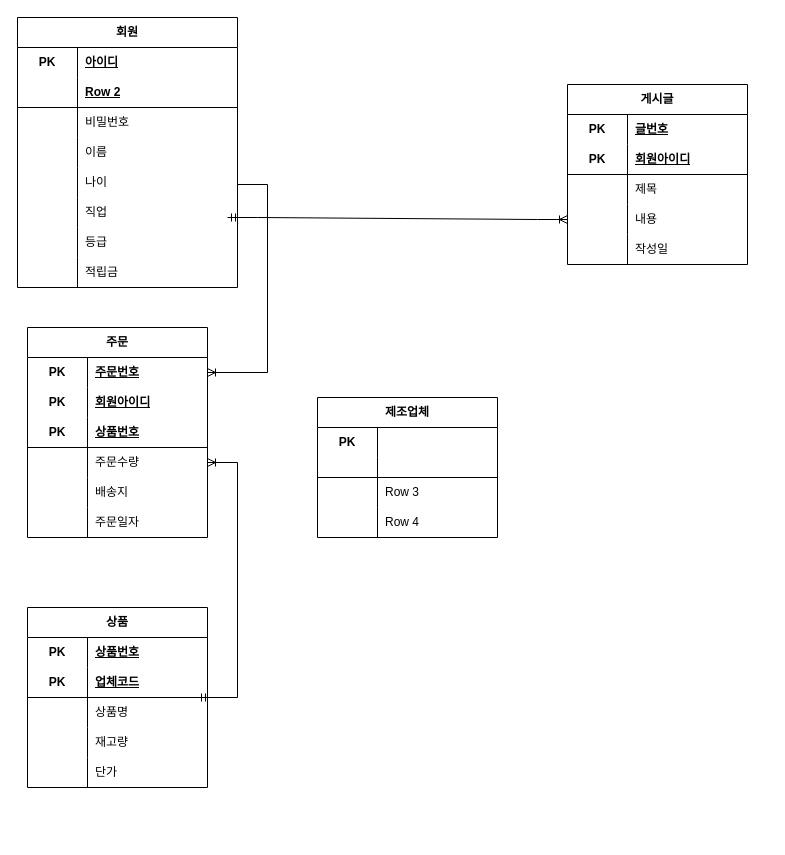
This is page "페이지-2" (2 of 2) of 제목 없는 다이어그램.drawio from gabojag/oraclesource, a draw.io file, before an edit. Source tidied: cells renumbered, new cells numbered last; positions are measured from the earlier drawing's top-left corner, leaving out a move shared by most shapes. Both pictures are drawn from the tidied source at 100%, with x=0, y=0 at pixel (17, 17).
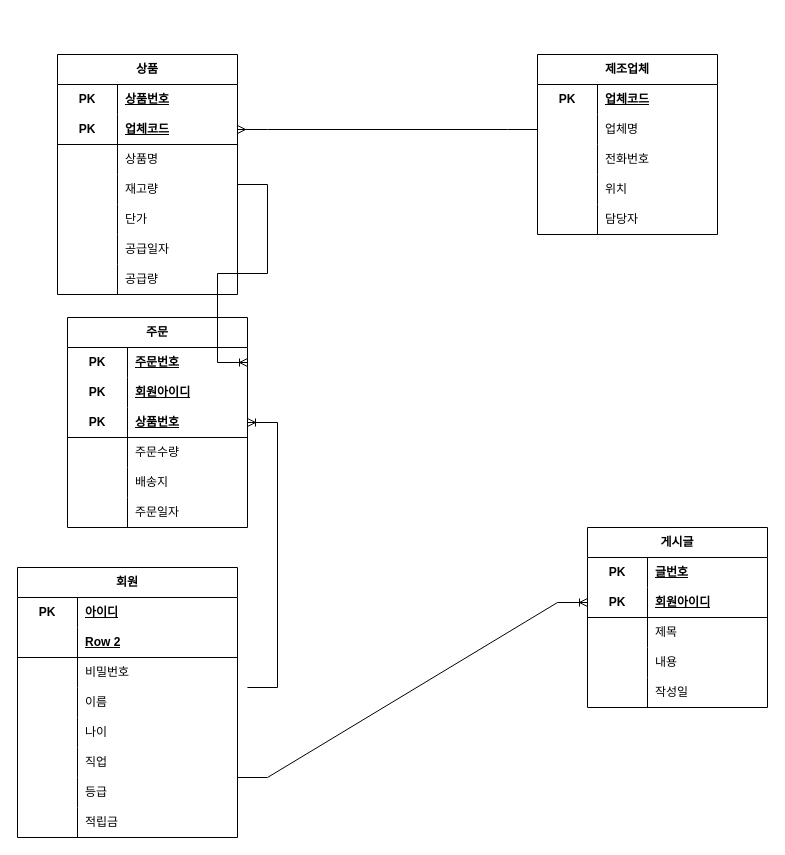
The same page after the edit.

The change refers to these unchanged cells:
```xml
<mxCell id="12" style="shape=tableRow;horizontal=0;startSize=0;swimlaneHead=0;swimlaneBody=0;fillColor=none;points=[[0,0.5],[1,0.5]];portConstraint=eastwest;top=0;left=0;right=0;bottom=0;html=1;" parent="2" vertex="1">
  <mxGeometry y="120" width="220" height="30" as="geometry" />
</mxCell>
<mxCell id="21" style="shape=tableRow;horizontal=0;startSize=0;swimlaneHead=0;swimlaneBody=0;fillColor=none;points=[[0,0.5],[1,0.5]];portConstraint=eastwest;top=0;left=0;right=0;bottom=0;html=1;" parent="2" vertex="1">
  <mxGeometry y="210" width="220" height="30" as="geometry" />
</mxCell>
<mxCell id="31" style="shape=tableRow;horizontal=0;startSize=0;swimlaneHead=0;swimlaneBody=0;fillColor=none;points=[[0,0.5],[1,0.5]];portConstraint=eastwest;top=0;left=0;right=0;bottom=1;html=1;" parent="27" vertex="1">
  <mxGeometry y="60" width="180" height="30" as="geometry" />
</mxCell>
<mxCell id="37" style="shape=tableRow;horizontal=0;startSize=0;swimlaneHead=0;swimlaneBody=0;fillColor=none;points=[[0,0.5],[1,0.5]];portConstraint=eastwest;top=0;left=0;right=0;bottom=0;html=1;" parent="27" vertex="1">
  <mxGeometry y="120" width="180" height="30" as="geometry" />
</mxCell>
<mxCell id="48" style="shape=tableRow;horizontal=0;startSize=0;swimlaneHead=0;swimlaneBody=0;fillColor=none;points=[[0,0.5],[1,0.5]];portConstraint=eastwest;top=0;left=0;right=0;bottom=1;html=1;" parent="44" vertex="1">
  <mxGeometry y="60" width="180" height="30" as="geometry" />
</mxCell>
<mxCell id="67" style="shape=tableRow;horizontal=0;startSize=0;swimlaneHead=0;swimlaneBody=0;fillColor=none;points=[[0,0.5],[1,0.5]];portConstraint=eastwest;top=0;left=0;right=0;bottom=1;html=1;" parent="60" vertex="1">
  <mxGeometry y="90" width="180" height="30" as="geometry" />
</mxCell>
<mxCell id="70" style="shape=tableRow;horizontal=0;startSize=0;swimlaneHead=0;swimlaneBody=0;fillColor=none;points=[[0,0.5],[1,0.5]];portConstraint=eastwest;top=0;left=0;right=0;bottom=0;html=1;" parent="60" vertex="1">
  <mxGeometry y="120" width="180" height="30" as="geometry" />
</mxCell>
<mxCell id="82" style="shape=tableRow;horizontal=0;startSize=0;swimlaneHead=0;swimlaneBody=0;fillColor=none;top=0;left=0;right=0;bottom=0;html=1;" parent="81" vertex="1">
  <mxGeometry y="30" width="180" height="30" as="geometry" />
</mxCell>
```

What changed in the source:
```diff
@@
     <mxCell id="2" value="회원" style="shape=table;startSize=30;childLayout=tableLayout;rowLines=0;fontStyle=1;align=center;html=1;whiteSpace=wrap;" parent="1" vertex="1">
-      <mxGeometry width="220" height="270" as="geometry" />
+      <mxGeometry y="550" width="220" height="270" as="geometry" />
     </mxCell>
@@
     <mxCell id="27" value="게시글" style="shape=table;startSize=30;childLayout=tableLayout;rowLines=0;fontStyle=1;align=center;html=1;whiteSpace=wrap;" parent="1" vertex="1">
-      <mxGeometry x="550" y="67" width="180" height="180" as="geometry" />
+      <mxGeometry x="570" y="510" width="180" height="180" as="geometry" />
     </mxCell>
@@
-    <mxCell id="43" style="edgeStyle=entityRelationEdgeStyle;fontSize=12;html=1;endArrow=ERoneToMany;startArrow=ERmandOne;rounded=0;entryX=0;entryY=0.5;entryDx=0;entryDy=0;" parent="1" edge="1" target="37">
-      <mxGeometry relative="1" as="geometry">
-        <mxPoint x="210" y="200" as="sourcePoint" />
-      </mxGeometry>
-    </mxCell>
     <mxCell id="44" value="상품" style="shape=table;startSize=30;childLayout=tableLayout;rowLines=0;fontStyle=1;align=center;html=1;whiteSpace=wrap;" parent="1" vertex="1">
-      <mxGeometry x="10" y="590" width="180" height="180" as="geometry" />
+      <mxGeometry x="40" y="37" width="180" height="240" as="geometry" />
     </mxCell>
@@
+    <mxCell id="94" style="shape=tableRow;horizontal=0;startSize=0;swimlaneHead=0;swimlaneBody=0;fillColor=none;top=0;left=0;right=0;bottom=0;html=1;" parent="44" vertex="1">
+      <mxGeometry y="180" width="180" height="30" as="geometry" />
+    </mxCell>
+    <mxCell id="95" style="shape=partialRectangle;fillColor=none;top=0;left=0;bottom=0;right=0;overflow=hidden;html=1;whiteSpace=wrap;" parent="94" vertex="1">
+      <mxGeometry width="60" height="30" as="geometry" />
+    </mxCell>
+    <mxCell id="96" value="공급일자" style="shape=partialRectangle;fillColor=none;top=0;left=0;bottom=0;right=0;align=left;spacingLeft=6;overflow=hidden;html=1;whiteSpace=wrap;" parent="94" vertex="1">
+      <mxGeometry x="60" width="120" height="30" as="geometry" />
+    </mxCell>
+    <mxCell id="97" style="shape=tableRow;horizontal=0;startSize=0;swimlaneHead=0;swimlaneBody=0;fillColor=none;top=0;left=0;right=0;bottom=0;html=1;" parent="44" vertex="1">
+      <mxGeometry y="210" width="180" height="30" as="geometry" />
+    </mxCell>
+    <mxCell id="98" style="shape=partialRectangle;fillColor=none;top=0;left=0;bottom=0;right=0;overflow=hidden;html=1;whiteSpace=wrap;" parent="97" vertex="1">
+      <mxGeometry width="60" height="30" as="geometry" />
+    </mxCell>
+    <mxCell id="99" value="공급량" style="shape=partialRectangle;fillColor=none;top=0;left=0;bottom=0;right=0;align=left;spacingLeft=6;overflow=hidden;html=1;whiteSpace=wrap;" parent="97" vertex="1">
+      <mxGeometry x="60" width="120" height="30" as="geometry" />
+    </mxCell>
     <mxCell id="60" value="주문" style="shape=table;startSize=30;childLayout=tableLayout;rowLines=0;fontStyle=1;align=center;html=1;whiteSpace=wrap;" parent="1" vertex="1">
-      <mxGeometry x="10" y="310" width="180" height="210" as="geometry" />
+      <mxGeometry x="50" y="300" width="180" height="210" as="geometry" />
     </mxCell>
@@
-    <mxCell id="80" style="edgeStyle=entityRelationEdgeStyle;fontSize=12;html=1;endArrow=ERoneToMany;startArrow=ERmandOne;rounded=0;" parent="1" edge="1" target="70">
-      <mxGeometry relative="1" as="geometry">
-        <mxPoint x="180" y="680" as="sourcePoint" />
-      </mxGeometry>
-    </mxCell>
     <mxCell id="81" value="제조업체" style="shape=table;startSize=30;childLayout=tableLayout;rowLines=0;fontStyle=1;align=center;html=1;whiteSpace=wrap;" parent="1" vertex="1">
-      <mxGeometry x="300" y="380" width="180" height="140" as="geometry" />
+      <mxGeometry x="520" y="37" width="180" height="180" as="geometry" />
     </mxCell>
@@
-    <mxCell id="84" style="shape=partialRectangle;fillColor=none;top=0;left=0;bottom=0;right=0;align=left;spacingLeft=6;fontStyle=5;overflow=hidden;html=1;whiteSpace=wrap;" parent="82" vertex="1">
+    <mxCell id="84" value="업체코드" style="shape=partialRectangle;fillColor=none;top=0;left=0;bottom=0;right=0;align=left;spacingLeft=6;fontStyle=5;overflow=hidden;html=1;whiteSpace=wrap;" parent="82" vertex="1">
       <mxGeometry x="60" width="120" height="30" as="geometry" />
     </mxCell>
-    <mxCell id="85" style="shape=tableRow;horizontal=0;startSize=0;swimlaneHead=0;swimlaneBody=0;fillColor=none;top=0;left=0;right=0;bottom=1;html=1;" parent="81" vertex="1">
-      <mxGeometry y="60" width="180" height="20" as="geometry" />
-    </mxCell>
-    <mxCell id="86" style="shape=partialRectangle;fillColor=none;top=0;left=0;bottom=0;right=0;fontStyle=1;overflow=hidden;html=1;whiteSpace=wrap;" parent="85" vertex="1">
-      <mxGeometry width="60" height="20" as="geometry" />
-    </mxCell>
-    <mxCell id="87" style="shape=partialRectangle;fillColor=none;top=0;left=0;bottom=0;right=0;align=left;spacingLeft=6;fontStyle=5;overflow=hidden;html=1;whiteSpace=wrap;" parent="85" vertex="1">
-      <mxGeometry x="60" width="120" height="20" as="geometry" />
-    </mxCell>
     <mxCell id="88" style="shape=tableRow;horizontal=0;startSize=0;swimlaneHead=0;swimlaneBody=0;fillColor=none;points=[[0,0.5],[1,0.5]];portConstraint=eastwest;top=0;left=0;right=0;bottom=0;html=1;" parent="81" vertex="1">
-      <mxGeometry y="80" width="180" height="30" as="geometry" />
+      <mxGeometry y="60" width="180" height="30" as="geometry" />
     </mxCell>
@@
-    <mxCell id="90" value="Row 3" style="shape=partialRectangle;fillColor=none;top=0;left=0;bottom=0;right=0;align=left;spacingLeft=6;overflow=hidden;html=1;whiteSpace=wrap;" parent="88" vertex="1">
+    <mxCell id="90" value="업체명" style="shape=partialRectangle;fillColor=none;top=0;left=0;bottom=0;right=0;align=left;spacingLeft=6;overflow=hidden;html=1;whiteSpace=wrap;" parent="88" vertex="1">
       <mxGeometry x="60" width="120" height="30" as="geometry" />
     </mxCell>
     <mxCell id="91" style="shape=tableRow;horizontal=0;startSize=0;swimlaneHead=0;swimlaneBody=0;fillColor=none;top=0;left=0;right=0;bottom=0;html=1;" parent="81" vertex="1">
-      <mxGeometry y="110" width="180" height="30" as="geometry" />
+      <mxGeometry y="90" width="180" height="30" as="geometry" />
     </mxCell>
@@
-    <mxCell id="93" value="Row 4" style="shape=partialRectangle;fillColor=none;top=0;left=0;bottom=0;right=0;align=left;spacingLeft=6;overflow=hidden;html=1;whiteSpace=wrap;" parent="91" vertex="1">
+    <mxCell id="93" value="전화번호" style="shape=partialRectangle;fillColor=none;top=0;left=0;bottom=0;right=0;align=left;spacingLeft=6;overflow=hidden;html=1;whiteSpace=wrap;" parent="91" vertex="1">
       <mxGeometry x="60" width="120" height="30" as="geometry" />
     </mxCell>
+    <mxCell id="100" style="shape=tableRow;horizontal=0;startSize=0;swimlaneHead=0;swimlaneBody=0;fillColor=none;top=0;left=0;right=0;bottom=0;html=1;" parent="81" vertex="1">
+      <mxGeometry y="120" width="180" height="30" as="geometry" />
+    </mxCell>
+    <mxCell id="101" style="shape=partialRectangle;fillColor=none;top=0;left=0;bottom=0;right=0;overflow=hidden;html=1;whiteSpace=wrap;" parent="100" vertex="1">
+      <mxGeometry width="60" height="30" as="geometry" />
+    </mxCell>
+    <mxCell id="102" value="위치" style="shape=partialRectangle;fillColor=none;top=0;left=0;bottom=0;right=0;align=left;spacingLeft=6;overflow=hidden;html=1;whiteSpace=wrap;" parent="100" vertex="1">
+      <mxGeometry x="60" width="120" height="30" as="geometry" />
+    </mxCell>
+    <mxCell id="103" style="shape=tableRow;horizontal=0;startSize=0;swimlaneHead=0;swimlaneBody=0;fillColor=none;top=0;left=0;right=0;bottom=0;html=1;" parent="81" vertex="1">
+      <mxGeometry y="150" width="180" height="30" as="geometry" />
+    </mxCell>
+    <mxCell id="104" style="shape=partialRectangle;fillColor=none;top=0;left=0;bottom=0;right=0;overflow=hidden;html=1;whiteSpace=wrap;" parent="103" vertex="1">
+      <mxGeometry width="60" height="30" as="geometry" />
+    </mxCell>
+    <mxCell id="105" value="담당자" style="shape=partialRectangle;fillColor=none;top=0;left=0;bottom=0;right=0;align=left;spacingLeft=6;overflow=hidden;html=1;whiteSpace=wrap;" parent="103" vertex="1">
+      <mxGeometry x="60" width="120" height="30" as="geometry" />
+    </mxCell>
+    <mxCell id="106" style="edgeStyle=entityRelationEdgeStyle;fontSize=12;html=1;endArrow=ERmany;rounded=0;entryX=1;entryY=0.5;entryDx=0;entryDy=0;exitX=0;exitY=0.5;exitDx=0;exitDy=0;" parent="1" edge="1" source="88" target="48">
+      <mxGeometry relative="1" as="geometry" />
+    </mxCell>
+    <mxCell id="107" style="edgeStyle=entityRelationEdgeStyle;fontSize=12;html=1;endArrow=ERoneToMany;rounded=0;exitX=1.045;exitY=0;exitDx=0;exitDy=0;exitPerimeter=0;" parent="1" edge="1" source="12" target="67">
+      <mxGeometry relative="1" as="geometry" />
+    </mxCell>
+    <mxCell id="108" style="edgeStyle=entityRelationEdgeStyle;fontSize=12;html=1;endArrow=ERoneToMany;rounded=0;exitX=1;exitY=0;exitDx=0;exitDy=0;exitPerimeter=0;entryX=0;entryY=0.5;entryDx=0;entryDy=0;" parent="1" edge="1" source="21" target="31">
+      <mxGeometry relative="1" as="geometry" />
+    </mxCell>
```
